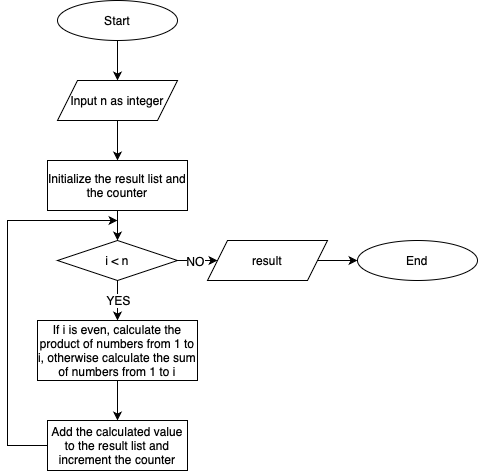
Before: data/human_eval/p106/fc/l1.drawio.png, a diagram exported from draw.io (carlodenardin/svlm). Source tidied: cells renumbered, new cells last; positions are measured from the earlier drawing's top-left corner, leaving out a move shared by most shapes.
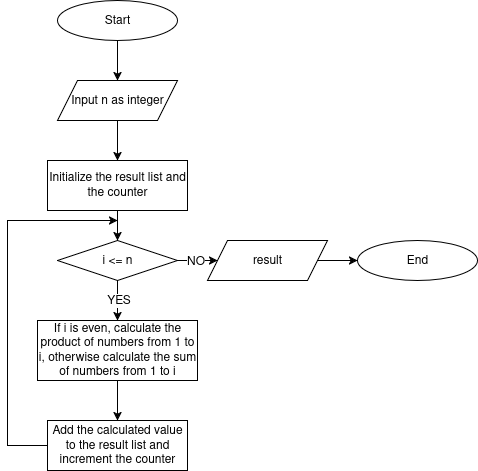
After the commit.

The edit, as a diff of the source:
```diff
@@ -2,6 +2,11 @@
   <root>
     <mxCell id="0" />
     <mxCell id="1" parent="0" />
+    <mxCell id="20" style="edgeStyle=orthogonalEdgeStyle;rounded=0;orthogonalLoop=1;jettySize=auto;html=1;" parent="1" edge="1">
+      <mxGeometry relative="1" as="geometry">
+        <mxPoint x="90" y="70" as="targetPoint" />
+      </mxGeometry>
+    </mxCell>
     <mxCell id="2" value="Start" style="ellipse;whiteSpace=wrap;html=1;" parent="1" vertex="1">
       <mxGeometry x="50" width="120" height="40" as="geometry" />
     </mxCell>
@@ -14,16 +19,16 @@
     <mxCell id="5" style="endArrow=classic;html=1;rounded=0;exitX=0.5;exitY=1;exitDx=0;exitDy=0;entryX=0.5;entryY=0;entryDx=0;entryDy=0;" parent="1" edge="1" source="3" target="15">
       <mxGeometry relative="1" as="geometry" />
     </mxCell>
-    <mxCell id="6" value="i &amp;lt; n" style="rhombus;whiteSpace=wrap;html=1;" parent="1" vertex="1">
-      <mxGeometry x="50" y="240" width="120" height="40" as="geometry" />
-    </mxCell>
+    <mxCell id="21" value="i &amp;lt;= n" style="rhombus;whiteSpace=wrap;html=1;" parent="1" vertex="1">
+      <mxGeometry x="50" y="240" width="120" height="40" as="geometry" />
+    </mxCell>
     <mxCell id="7" value="result" style="shape=parallelogram;perimeter=parallelogramPerimeter;whiteSpace=wrap;html=1;fixedSize=1;size=20;" parent="1" vertex="1">
       <mxGeometry x="200" y="240" width="120" height="40" as="geometry" />
     </mxCell>
-    <mxCell id="8" style="endArrow=classic;html=1;rounded=0;entryX=0;entryY=0.5;entryDx=0;entryDy=0;exitX=1;exitY=0.5;exitDx=0;exitDy=0;startSize=6;strokeColor=default;" parent="1" edge="1" source="6" target="7">
-      <mxGeometry relative="1" as="geometry" />
-    </mxCell>
+    <mxCell id="22" style="endArrow=classic;html=1;rounded=0;entryX=0;entryY=0.5;entryDx=0;entryDy=0;exitX=1;exitY=0.5;exitDx=0;exitDy=0;startSize=6;strokeColor=default;" parent="1" edge="1" source="21" target="7">
+      <mxGeometry relative="1" as="geometry" />
+    </mxCell>
-    <mxCell id="9" value="&lt;font style=&quot;font-size: 12px;&quot;&gt;NO&lt;/font&gt;" style="edgeLabel;html=1;align=center;verticalAlign=middle;" parent="8" vertex="1">
+    <mxCell id="9" value="&lt;font style=&quot;font-size: 12px;&quot;&gt;NO&lt;/font&gt;" style="edgeLabel;html=1;align=center;verticalAlign=middle;" parent="22" vertex="1">
       <mxGeometry x="0.05" y="-2" relative="1" as="geometry">
         <mxPoint x="-4" y="-2" as="offset" />
       </mxGeometry>
@@ -34,12 +39,12 @@
     <mxCell id="11" style="endArrow=classic;html=1;rounded=0;entryX=0;entryY=0.5;entryDx=0;entryDy=0;exitX=1;exitY=0.5;exitDx=0;exitDy=0;" parent="1" edge="1" source="7" target="10">
       <mxGeometry relative="1" as="geometry" />
     </mxCell>
-    <mxCell id="12" style="endArrow=classic;html=1;rounded=0;exitX=0.5;exitY=1;exitDx=0;exitDy=0;startSize=6;strokeColor=default;entryX=0.5;entryY=0;entryDx=0;entryDy=0;" parent="1" edge="1" source="6">
-      <mxGeometry relative="1" as="geometry">
-        <mxPoint x="110" y="320" as="targetPoint" />
-      </mxGeometry>
-    </mxCell>
+    <mxCell id="23" style="endArrow=classic;html=1;rounded=0;exitX=0.5;exitY=1;exitDx=0;exitDy=0;startSize=6;strokeColor=default;entryX=0.5;entryY=0;entryDx=0;entryDy=0;" parent="1" edge="1" source="21">
+      <mxGeometry relative="1" as="geometry">
+        <mxPoint x="110" y="320" as="targetPoint" />
+      </mxGeometry>
+    </mxCell>
-    <mxCell id="13" value="&lt;font style=&quot;font-size: 12px;&quot;&gt;YES&lt;/font&gt;" style="edgeLabel;html=1;align=center;verticalAlign=middle;" parent="12" vertex="1">
+    <mxCell id="13" value="&lt;font style=&quot;font-size: 12px;&quot;&gt;YES&lt;/font&gt;" style="edgeLabel;html=1;align=center;verticalAlign=middle;" parent="23" vertex="1">
       <mxGeometry x="0.05" y="-2" relative="1" as="geometry">
         <mxPoint x="2" y="-2" as="offset" />
       </mxGeometry>
@@ -50,25 +55,25 @@
     <mxCell id="15" value="&lt;span style=&quot;text-align: start;&quot;&gt;Initialize the result list and the counter&lt;/span&gt;" style="rounded=0;whiteSpace=wrap;html=1;" parent="1" vertex="1">
       <mxGeometry x="40" y="160" width="140" height="50" as="geometry" />
     </mxCell>
-    <mxCell id="16" style="endArrow=classic;html=1;rounded=0;exitX=0.5;exitY=1;exitDx=0;exitDy=0;entryX=0.5;entryY=0;entryDx=0;entryDy=0;" parent="1" edge="1" source="15" target="6">
-      <mxGeometry relative="1" as="geometry" />
-    </mxCell>
+    <mxCell id="24" style="endArrow=classic;html=1;rounded=0;exitX=0.5;exitY=1;exitDx=0;exitDy=0;entryX=0.5;entryY=0;entryDx=0;entryDy=0;" parent="1" edge="1" source="15" target="21">
+      <mxGeometry relative="1" as="geometry" />
+    </mxCell>
     <mxCell id="17" value="&lt;span style=&quot;text-align: start;&quot;&gt;Add the calculated value to the result list and increment the counter&lt;/span&gt;" style="rounded=0;whiteSpace=wrap;html=1;" parent="1" vertex="1">
       <mxGeometry x="40" y="420" width="140" height="50" as="geometry" />
     </mxCell>
-    <mxCell id="18" style="endArrow=classic;html=1;rounded=0;entryX=0.5;entryY=0;entryDx=0;entryDy=0;" parent="1" edge="1" target="17">
-      <mxGeometry relative="1" as="geometry">
-        <mxPoint x="110" y="380" as="sourcePoint" />
-      </mxGeometry>
-    </mxCell>
-    <mxCell id="19" style="endArrow=classic;html=1;rounded=0;exitX=0;exitY=0.5;exitDx=0;exitDy=0;" parent="1" edge="1" source="17">
-      <mxGeometry relative="1" as="geometry">
-        <mxPoint x="110" y="220" as="targetPoint" />
-        <Array as="points">
-          <mxPoint y="445" />
-          <mxPoint y="220" />
-        </Array>
-      </mxGeometry>
-    </mxCell>
+    <mxCell id="25" style="endArrow=classic;html=1;rounded=0;entryX=0.5;entryY=0;entryDx=0;entryDy=0;" parent="1" edge="1" target="17">
+      <mxGeometry relative="1" as="geometry">
+        <mxPoint x="110" y="380" as="sourcePoint" />
+      </mxGeometry>
+    </mxCell>
+    <mxCell id="26" style="endArrow=classic;html=1;rounded=0;exitX=0;exitY=0.5;exitDx=0;exitDy=0;" parent="1" edge="1" source="17">
+      <mxGeometry relative="1" as="geometry">
+        <mxPoint x="110" y="220" as="targetPoint" />
+        <Array as="points">
+          <mxPoint y="445" />
+          <mxPoint y="220" />
+        </Array>
+      </mxGeometry>
+    </mxCell>
   </root>
 </mxGraphModel>
```
